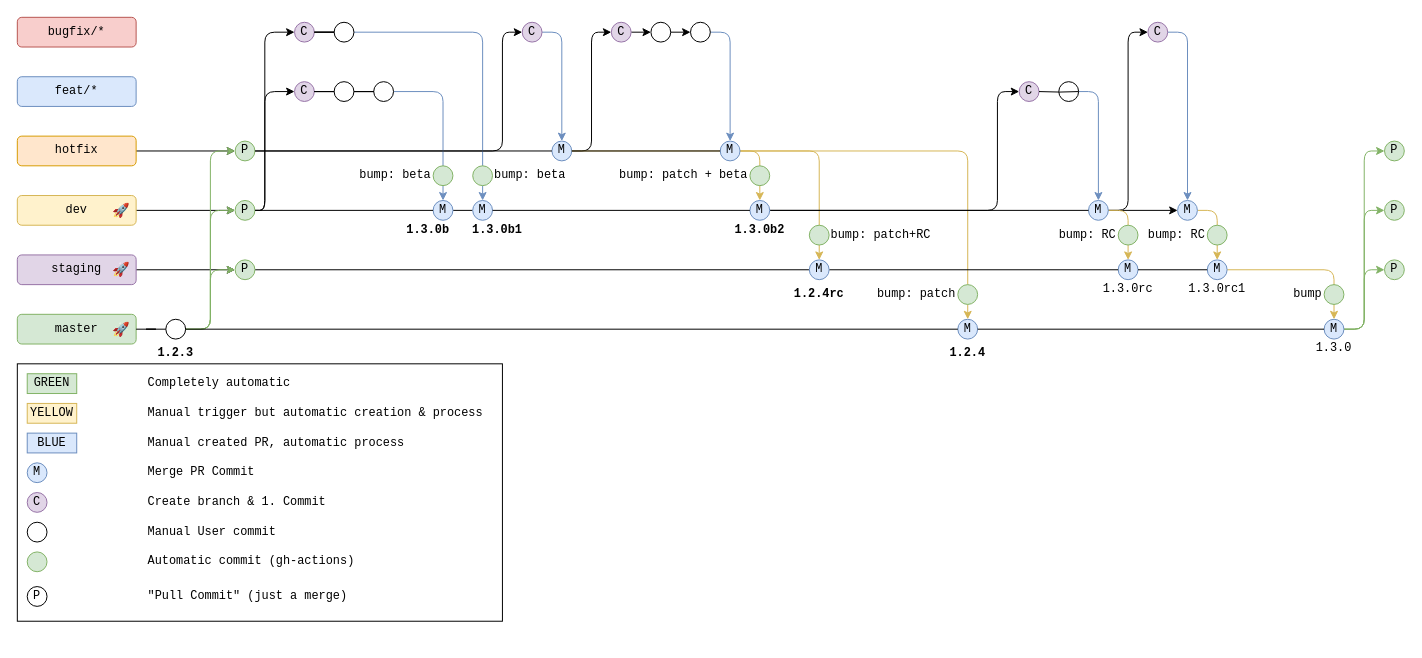
nbrugger-tgm/java-spring-template keeps this draw.io diagram as branching_diagram.drawio. Above is the earlier version. Source tidied: cells renumbered, new cells numbered last; positions are measured from the earlier drawing's top-left corner, leaving out a move shared by most shapes. Both pictures are drawn from the tidied source at 99%, with x=0, y=0 at pixel (17, 17).
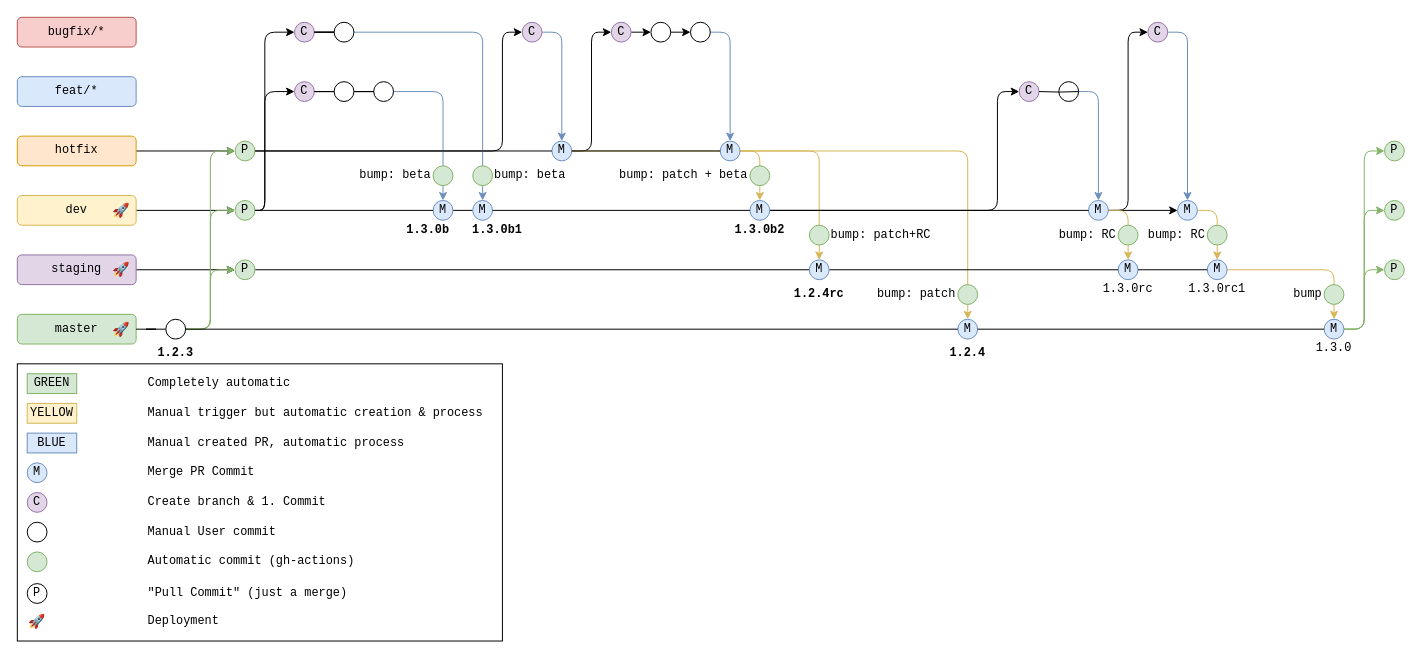
Above is the later version.

Commit message (it also covers changes not shown here):
WIP: improve workflows & finalize branching diagram

The edit, as a diff of the source:
```diff
@@
     <mxCell id="2" style="rounded=0;whiteSpace=wrap;html=1;fontFamily=Courier New;fillColor=none;align=left;" parent="1" vertex="1">
-      <mxGeometry y="350" width="490" height="260" as="geometry" />
+      <mxGeometry y="350" width="490" height="280" as="geometry" />
     </mxCell>
@@
     <mxCell id="113" value="P" style="ellipse;whiteSpace=wrap;html=1;fontFamily=Courier New;" parent="1" vertex="1">
-      <mxGeometry x="10" y="575" width="20" height="20" as="geometry" />
+      <mxGeometry x="10" y="572" width="20" height="20" as="geometry" />
     </mxCell>
     <mxCell id="114" value="&quot;Pull Commit&quot; (just a merge)" style="text;html=1;strokeColor=none;fillColor=none;align=left;verticalAlign=middle;whiteSpace=wrap;rounded=0;fontFamily=Courier New;" parent="1" vertex="1">
-      <mxGeometry x="130" y="575" width="350" height="20" as="geometry" />
+      <mxGeometry x="130" y="572" width="350" height="20" as="geometry" />
     </mxCell>
@@
+    <mxCell id="138" value="Deployment" style="text;html=1;strokeColor=none;fillColor=none;align=left;verticalAlign=middle;whiteSpace=wrap;rounded=0;fontFamily=Courier New;" parent="1" vertex="1">
+      <mxGeometry x="130" y="600" width="350" height="20" as="geometry" />
+    </mxCell>
+    <mxCell id="139" value="&lt;span style=&quot;font-family: arial, sans-serif; font-size: 14px; text-align: left;&quot;&gt;🚀&lt;/span&gt;" style="text;html=1;strokeColor=none;fillColor=none;align=center;verticalAlign=middle;whiteSpace=wrap;rounded=0;fontFamily=Courier New;labelBorderColor=none;fontStyle=0;" parent="1" vertex="1">
+      <mxGeometry x="5" y="600" width="30" height="20" as="geometry" />
+    </mxCell>
```
